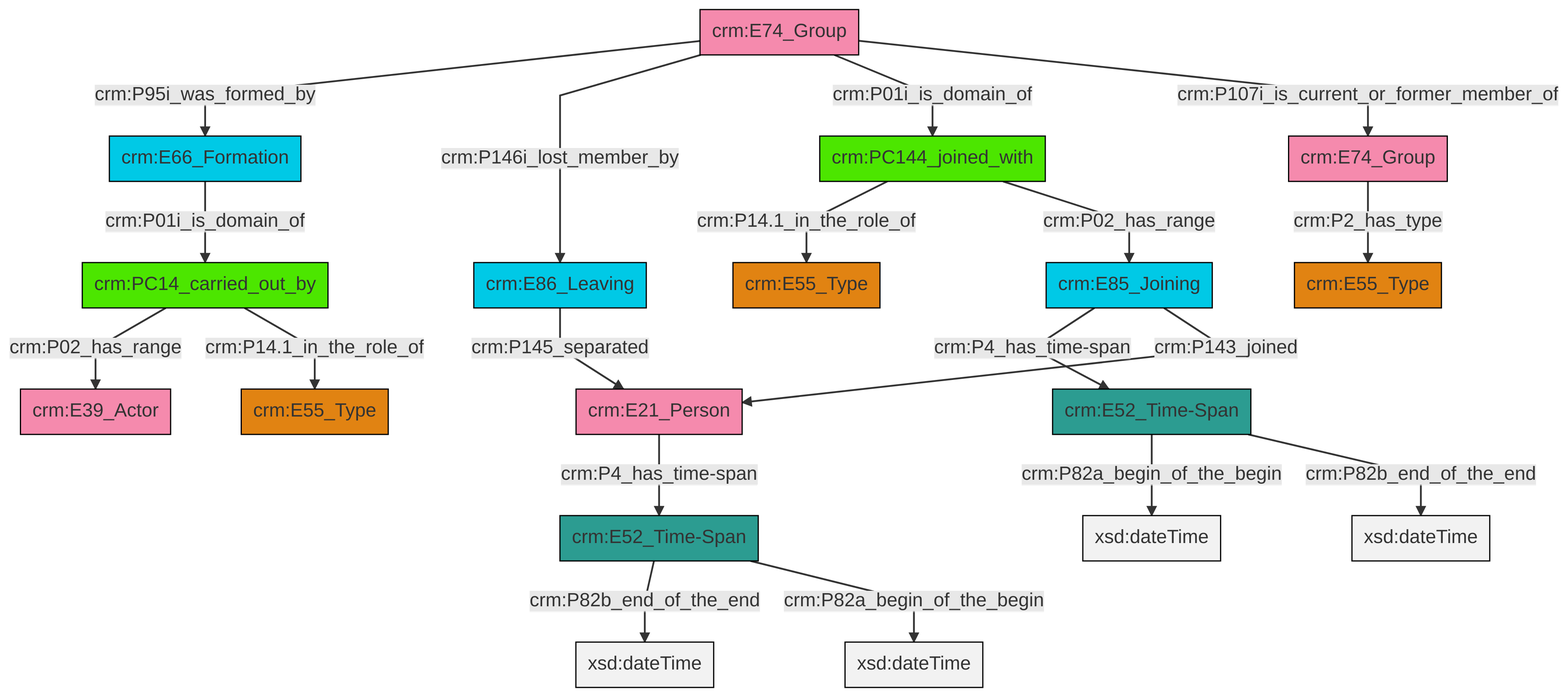
Earlier version of the Mermaid export et/groupCSV/ttl/mmd/png/group_actor_relations.png (swiss-art-research-net/docs.swissartresearch). Its source is kept beside it as et/groupCSV/ttl/mmd/group_actor_relations.ttl.mmd.
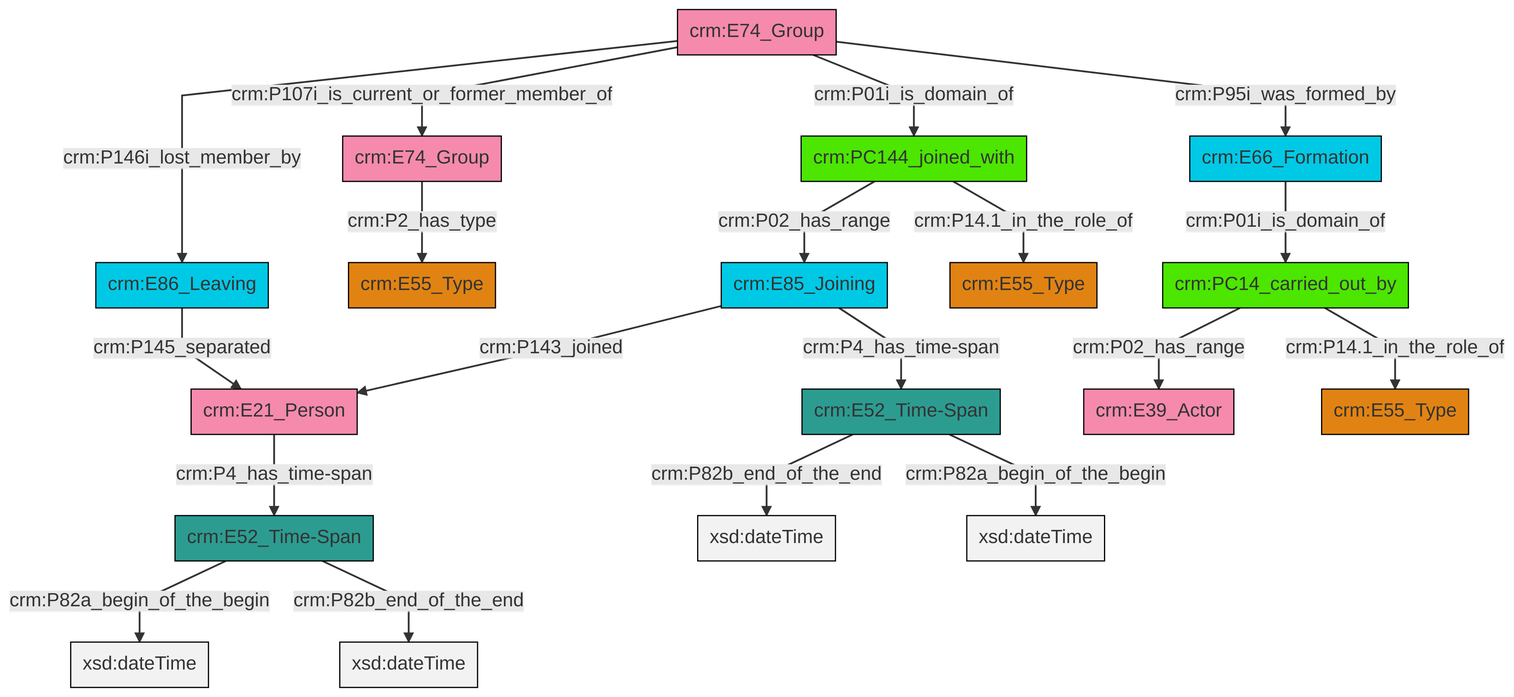
After the change.

What changed in the source:
```diff
@@ -13,21 +13,21 @@
 classDef PC_Classes fill:#4ce600, stroke:#000000;
 classDef Multi fill:#cccccc,stroke:#000000;
 
-0["crm:PC144_joined_with"]:::PC_Classes -->|crm:P14.1_in_the_role_of| 1["crm:E55_Type"]:::Type
-2["crm:E74_Group"]:::Actor -->|crm:P95i_was_formed_by| 3["crm:E66_Formation"]:::Temporal_Entity
-5["crm:PC14_carried_out_by"]:::PC_Classes -->|crm:P02_has_range| 6["crm:E39_Actor"]:::Actor
-2["crm:E74_Group"]:::Actor -->|crm:P146i_lost_member_by| 10["crm:E86_Leaving"]:::Temporal_Entity
-11["crm:E21_Person"]:::Actor -->|crm:P4_has_time-span| 13["crm:E52_Time-Span"]:::Time-Span
-14["crm:E52_Time-Span"]:::Time-Span -->|crm:P82a_begin_of_the_begin| 15[xsd:dateTime]:::Literal
-0["crm:PC144_joined_with"]:::PC_Classes -->|crm:P02_has_range| 19["crm:E85_Joining"]:::Temporal_Entity
-2["crm:E74_Group"]:::Actor -->|crm:P01i_is_domain_of| 0["crm:PC144_joined_with"]:::PC_Classes
-5["crm:PC14_carried_out_by"]:::PC_Classes -->|crm:P14.1_in_the_role_of| 17["crm:E55_Type"]:::Type
-19["crm:E85_Joining"]:::Temporal_Entity -->|crm:P4_has_time-span| 14["crm:E52_Time-Span"]:::Time-Span
-2["crm:E74_Group"]:::Actor -->|crm:P107i_is_current_or_former_member_of| 24["crm:E74_Group"]:::Actor
-14["crm:E52_Time-Span"]:::Time-Span -->|crm:P82b_end_of_the_end| 25[xsd:dateTime]:::Literal
-13["crm:E52_Time-Span"]:::Time-Span -->|crm:P82b_end_of_the_end| 27[xsd:dateTime]:::Literal
-13["crm:E52_Time-Span"]:::Time-Span -->|crm:P82a_begin_of_the_begin| 28[xsd:dateTime]:::Literal
-10["crm:E86_Leaving"]:::Temporal_Entity -->|crm:P145_separated| 11["crm:E21_Person"]:::Actor
-24["crm:E74_Group"]:::Actor -->|crm:P2_has_type| 8["crm:E55_Type"]:::Type
-3["crm:E66_Formation"]:::Temporal_Entity -->|crm:P01i_is_domain_of| 5["crm:PC14_carried_out_by"]:::PC_Classes
-19["crm:E85_Joining"]:::Temporal_Entity -->|crm:P143_joined| 11["crm:E21_Person"]:::Actor
+0["crm:E66_Formation"]:::Temporal_Entity -->|crm:P01i_is_domain_of| 1["crm:PC14_carried_out_by"]:::PC_Classes
+4["crm:PC144_joined_with"]:::PC_Classes -->|crm:P02_has_range| 5["crm:E85_Joining"]:::Temporal_Entity
+8["crm:E52_Time-Span"]:::Time-Span -->|crm:P82a_begin_of_the_begin| 10[xsd:dateTime]:::Literal
+5["crm:E85_Joining"]:::Temporal_Entity -->|crm:P143_joined| 11["crm:E21_Person"]:::Actor
+4["crm:PC144_joined_with"]:::PC_Classes -->|crm:P14.1_in_the_role_of| 6["crm:E55_Type"]:::Type
+12["crm:E52_Time-Span"]:::Time-Span -->|crm:P82b_end_of_the_end| 13[xsd:dateTime]:::Literal
+12["crm:E52_Time-Span"]:::Time-Span -->|crm:P82a_begin_of_the_begin| 17[xsd:dateTime]:::Literal
+1["crm:PC14_carried_out_by"]:::PC_Classes -->|crm:P02_has_range| 18["crm:E39_Actor"]:::Actor
+20["crm:E74_Group"]:::Actor -->|crm:P146i_lost_member_by| 21["crm:E86_Leaving"]:::Temporal_Entity
+8["crm:E52_Time-Span"]:::Time-Span -->|crm:P82b_end_of_the_end| 22[xsd:dateTime]:::Literal
+20["crm:E74_Group"]:::Actor -->|crm:P107i_is_current_or_former_member_of| 23["crm:E74_Group"]:::Actor
+5["crm:E85_Joining"]:::Temporal_Entity -->|crm:P4_has_time-span| 12["crm:E52_Time-Span"]:::Time-Span
+1["crm:PC14_carried_out_by"]:::PC_Classes -->|crm:P14.1_in_the_role_of| 15["crm:E55_Type"]:::Type
+21["crm:E86_Leaving"]:::Temporal_Entity -->|crm:P145_separated| 11["crm:E21_Person"]:::Actor
+23["crm:E74_Group"]:::Actor -->|crm:P2_has_type| 25["crm:E55_Type"]:::Type
+11["crm:E21_Person"]:::Actor -->|crm:P4_has_time-span| 8["crm:E52_Time-Span"]:::Time-Span
+20["crm:E74_Group"]:::Actor -->|crm:P01i_is_domain_of| 4["crm:PC144_joined_with"]:::PC_Classes
+20["crm:E74_Group"]:::Actor -->|crm:P95i_was_formed_by| 0["crm:E66_Formation"]:::Temporal_Entity
```
